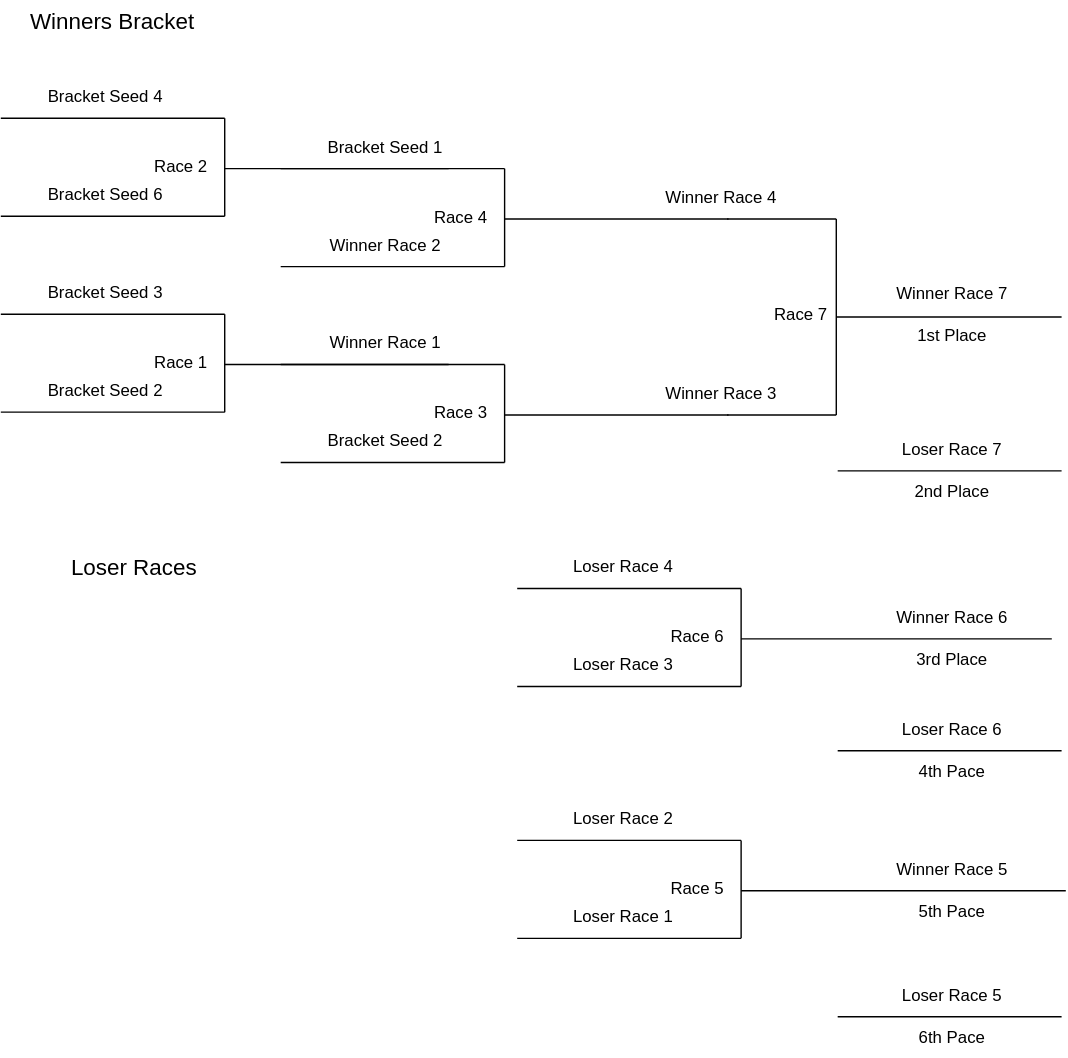
Earlier version of the draw.io export static/img/6-team-se-bracket.drawio.svg (bhall2001/flyballmanager-www). Source tidied: cells renumbered, new cells last; positions are measured from the earlier drawing's top-left corner, leaving out a move shared by most shapes.
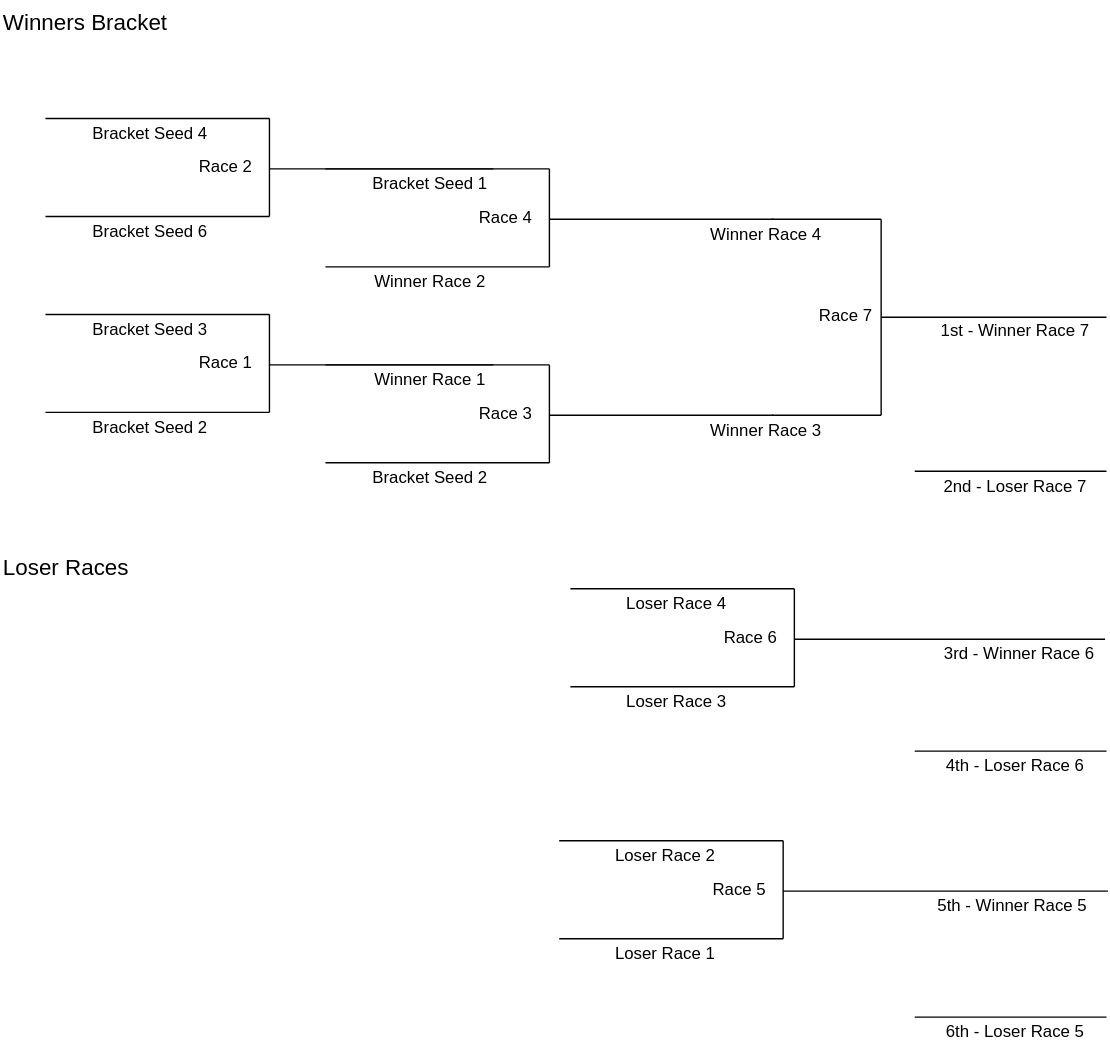
Above is the later version.

What changed in the source:
```diff
@@ -2,11 +2,11 @@
   <root>
     <mxCell id="0" />
     <mxCell id="1" parent="0" />
-    <mxCell id="2" value="&lt;font style=&quot;font-size: 16px;&quot;&gt;Winners Bracket&lt;/font&gt;" style="text;html=1;align=center;verticalAlign=middle;whiteSpace=wrap;rounded=0;" parent="1" vertex="1">
-      <mxGeometry x="20" width="120" height="30" as="geometry" />
+    <mxCell id="2" value="&lt;font style=&quot;font-size: 16px;&quot;&gt;Winners Bracket&lt;/font&gt;" style="text;html=1;align=left;verticalAlign=middle;whiteSpace=wrap;rounded=0;" parent="1" vertex="1">
+      <mxGeometry x="-10" width="120" height="30" as="geometry" />
     </mxCell>
     <mxCell id="3" style="group;" parent="1" vertex="1">
-      <mxGeometry x="200" y="120" width="320" height="70" as="geometry" />
+      <mxGeometry x="222" y="120" width="320" height="70" as="geometry" />
     </mxCell>
     <mxCell id="4" style="endArrow=none;html=1;rounded=0;" parent="3" edge="1">
       <mxGeometry relative="1" as="geometry">
@@ -36,7 +36,7 @@
       </mxGeometry>
     </mxCell>
     <mxCell id="9" style="group;" parent="1" vertex="1">
-      <mxGeometry x="200" y="260" width="320" height="70" as="geometry" />
+      <mxGeometry x="222" y="260" width="320" height="70" as="geometry" />
     </mxCell>
     <mxCell id="10" style="endArrow=none;html=1;rounded=0;" parent="9" edge="1">
       <mxGeometry relative="1" as="geometry">
@@ -66,7 +66,7 @@
       </mxGeometry>
     </mxCell>
     <mxCell id="15" style="group;" parent="1" vertex="1">
-      <mxGeometry x="369" y="600" width="320" height="70" as="geometry" />
+      <mxGeometry x="389" y="600" width="320" height="70" as="geometry" />
     </mxCell>
     <mxCell id="16" style="endArrow=none;html=1;rounded=0;" parent="15" edge="1">
       <mxGeometry relative="1" as="geometry">
@@ -95,74 +95,65 @@
         <mxPoint x="392" y="36" as="targetPoint" />
       </mxGeometry>
     </mxCell>
-    <mxCell id="21" value="&lt;font style=&quot;font-size: 16px;&quot;&gt;Loser Races&lt;/font&gt;" style="text;html=1;align=center;verticalAlign=middle;whiteSpace=wrap;rounded=0;" parent="1" vertex="1">
-      <mxGeometry x="20" y="390" width="151" height="30" as="geometry" />
+    <mxCell id="21" value="&lt;font style=&quot;font-size: 16px;&quot;&gt;Loser Races&lt;/font&gt;" style="text;html=1;align=left;verticalAlign=middle;whiteSpace=wrap;rounded=0;" parent="1" vertex="1">
+      <mxGeometry x="-10" y="390" width="151" height="30" as="geometry" />
     </mxCell>
     <mxCell id="22" value="Race 7" style="text;html=1;align=right;verticalAlign=middle;whiteSpace=wrap;rounded=0;" parent="1" vertex="1">
-      <mxGeometry x="503" y="210" width="90" height="30" as="geometry" />
+      <mxGeometry x="525" y="210" width="90" height="30" as="geometry" />
     </mxCell>
     <mxCell id="23" style="endArrow=none;html=1;rounded=0;" parent="1" edge="1">
       <mxGeometry relative="1" as="geometry">
-        <mxPoint x="597" y="296" as="sourcePoint" />
-        <mxPoint x="597" y="156" as="targetPoint" />
+        <mxPoint x="619" y="296" as="sourcePoint" />
+        <mxPoint x="619" y="156" as="targetPoint" />
       </mxGeometry>
     </mxCell>
     <mxCell id="24" style="endArrow=none;html=1;rounded=0;" parent="1" edge="1">
       <mxGeometry relative="1" as="geometry">
-        <mxPoint x="597" y="226" as="sourcePoint" />
-        <mxPoint x="758" y="226" as="targetPoint" />
+        <mxPoint x="619" y="226" as="sourcePoint" />
+        <mxPoint x="780" y="226" as="targetPoint" />
       </mxGeometry>
     </mxCell>
     <mxCell id="25" style="endArrow=none;html=1;rounded=0;" parent="1" edge="1">
       <mxGeometry relative="1" as="geometry">
-        <mxPoint x="598" y="336" as="sourcePoint" />
-        <mxPoint x="758" y="336" as="targetPoint" />
+        <mxPoint x="643" y="336" as="sourcePoint" />
+        <mxPoint x="780" y="336" as="targetPoint" />
       </mxGeometry>
     </mxCell>
-    <mxCell id="26" value="1st Place" style="text;html=1;align=center;verticalAlign=middle;whiteSpace=wrap;rounded=0;" parent="1" vertex="1">
-      <mxGeometry x="635" y="225" width="90" height="30" as="geometry" />
-    </mxCell>
-    <mxCell id="27" value="2nd Place" style="text;html=1;align=center;verticalAlign=middle;whiteSpace=wrap;rounded=0;" parent="1" vertex="1">
-      <mxGeometry x="635" y="336" width="90" height="30" as="geometry" />
-    </mxCell>
-    <mxCell id="28" value="4th Pace" style="text;html=1;align=center;verticalAlign=middle;whiteSpace=wrap;rounded=0;" parent="1" vertex="1">
-      <mxGeometry x="635" y="536" width="90" height="30" as="geometry" />
-    </mxCell>
-    <mxCell id="29" value="Winner Race 7" style="text;html=1;align=center;verticalAlign=middle;whiteSpace=wrap;rounded=0;" parent="1" vertex="1">
-      <mxGeometry x="635" y="195" width="90" height="30" as="geometry" />
+    <mxCell id="29" value="1st - Winner Race 7" style="text;html=1;align=center;verticalAlign=middle;whiteSpace=wrap;rounded=0;" parent="1" vertex="1">
+      <mxGeometry x="657" y="221" width="116" height="30" as="geometry" />
     </mxCell>
-    <mxCell id="30" value="Loser Race 7" style="text;html=1;align=center;verticalAlign=middle;whiteSpace=wrap;rounded=0;" parent="1" vertex="1">
-      <mxGeometry x="635" y="306" width="90" height="30" as="geometry" />
+    <mxCell id="30" value="2nd - Loser Race 7" style="text;html=1;align=center;verticalAlign=middle;whiteSpace=wrap;rounded=0;" parent="1" vertex="1">
+      <mxGeometry x="657" y="332" width="116" height="30" as="geometry" />
     </mxCell>
-    <mxCell id="31" value="Loser Race 6" style="text;html=1;align=center;verticalAlign=middle;whiteSpace=wrap;rounded=0;" parent="1" vertex="1">
-      <mxGeometry x="635" y="506" width="90" height="30" as="geometry" />
+    <mxCell id="31" value="4th - Loser Race 6" style="text;html=1;align=center;verticalAlign=middle;whiteSpace=wrap;rounded=0;" parent="1" vertex="1">
+      <mxGeometry x="657" y="532" width="116" height="30" as="geometry" />
     </mxCell>
     <mxCell id="32" value="Winner Race 4" style="text;html=1;align=center;verticalAlign=middle;whiteSpace=wrap;rounded=0;" parent="1" vertex="1">
-      <mxGeometry x="470" y="126" width="90" height="30" as="geometry" />
+      <mxGeometry x="492" y="152" width="90" height="30" as="geometry" />
     </mxCell>
     <mxCell id="33" value="Winner Race 3" style="text;html=1;align=center;verticalAlign=middle;whiteSpace=wrap;rounded=0;" parent="1" vertex="1">
-      <mxGeometry x="470" y="266" width="90" height="30" as="geometry" />
+      <mxGeometry x="492" y="292" width="90" height="30" as="geometry" />
     </mxCell>
     <mxCell id="34" value="Loser Race 2" style="text;html=1;align=center;verticalAlign=middle;whiteSpace=wrap;rounded=0;" parent="1" vertex="1">
-      <mxGeometry x="400" y="570" width="90" height="30" as="geometry" />
+      <mxGeometry x="420" y="596" width="90" height="30" as="geometry" />
     </mxCell>
     <mxCell id="35" value="Loser Race 1" style="text;html=1;align=center;verticalAlign=middle;whiteSpace=wrap;rounded=0;" parent="1" vertex="1">
-      <mxGeometry x="400" y="640" width="90" height="30" as="geometry" />
+      <mxGeometry x="420" y="666" width="90" height="30" as="geometry" />
     </mxCell>
     <mxCell id="36" value="Bracket Seed 1" style="text;html=1;align=center;verticalAlign=middle;whiteSpace=wrap;rounded=0;" parent="1" vertex="1">
-      <mxGeometry x="230" y="90" width="90" height="30" as="geometry" />
+      <mxGeometry x="252" y="116" width="90" height="30" as="geometry" />
     </mxCell>
     <mxCell id="37" value="Winner Race 2" style="text;html=1;align=center;verticalAlign=middle;whiteSpace=wrap;rounded=0;" parent="1" vertex="1">
-      <mxGeometry x="230" y="160" width="90" height="30" as="geometry" />
+      <mxGeometry x="252" y="186" width="90" height="30" as="geometry" />
     </mxCell>
     <mxCell id="38" value="Winner Race 1" style="text;html=1;align=center;verticalAlign=middle;whiteSpace=wrap;rounded=0;" parent="1" vertex="1">
-      <mxGeometry x="230" y="230" width="90" height="30" as="geometry" />
+      <mxGeometry x="252" y="256" width="90" height="30" as="geometry" />
     </mxCell>
     <mxCell id="39" value="Bracket Seed 2" style="text;html=1;align=center;verticalAlign=middle;whiteSpace=wrap;rounded=0;" parent="1" vertex="1">
-      <mxGeometry x="230" y="300" width="90" height="30" as="geometry" />
+      <mxGeometry x="252" y="326" width="90" height="30" as="geometry" />
     </mxCell>
     <mxCell id="40" style="group;" parent="1" vertex="1">
-      <mxGeometry y="224" width="320" height="70" as="geometry" />
+      <mxGeometry x="22" y="224" width="320" height="70" as="geometry" />
     </mxCell>
     <mxCell id="41" style="endArrow=none;html=1;rounded=0;" parent="40" edge="1">
       <mxGeometry relative="1" as="geometry">
@@ -191,35 +182,35 @@
         <mxPoint x="320" y="36" as="targetPoint" />
       </mxGeometry>
     </mxCell>
-    <mxCell id="46" value="Winner Race 5" style="text;html=1;align=center;verticalAlign=middle;whiteSpace=wrap;rounded=0;" parent="1" vertex="1">
-      <mxGeometry x="635" y="606" width="90" height="30" as="geometry" />
+    <mxCell id="46" value="5th - Winner Race 5" style="text;html=1;align=center;verticalAlign=middle;whiteSpace=wrap;rounded=0;" parent="1" vertex="1">
+      <mxGeometry x="655" y="632" width="116" height="30" as="geometry" />
     </mxCell>
     <mxCell id="47" value="Bracket Seed 3" style="text;html=1;align=center;verticalAlign=middle;whiteSpace=wrap;rounded=0;" parent="1" vertex="1">
-      <mxGeometry x="30" y="194" width="90" height="30" as="geometry" />
+      <mxGeometry x="52" y="220" width="90" height="30" as="geometry" />
     </mxCell>
     <mxCell id="48" value="Bracket Seed 2" style="text;html=1;align=center;verticalAlign=middle;whiteSpace=wrap;rounded=0;" parent="1" vertex="1">
-      <mxGeometry x="30" y="264" width="90" height="30" as="geometry" />
+      <mxGeometry x="52" y="290" width="90" height="30" as="geometry" />
     </mxCell>
     <mxCell id="49" style="endArrow=none;html=1;rounded=0;" parent="1" edge="1">
       <mxGeometry relative="1" as="geometry">
-        <mxPoint x="519" y="156" as="sourcePoint" />
-        <mxPoint x="597" y="156" as="targetPoint" />
+        <mxPoint x="541" y="156" as="sourcePoint" />
+        <mxPoint x="619" y="156" as="targetPoint" />
       </mxGeometry>
     </mxCell>
     <mxCell id="50" style="endArrow=none;html=1;rounded=0;" parent="1" edge="1">
       <mxGeometry relative="1" as="geometry">
-        <mxPoint x="519" y="296" as="sourcePoint" />
-        <mxPoint x="597" y="296" as="targetPoint" />
+        <mxPoint x="541" y="296" as="sourcePoint" />
+        <mxPoint x="619" y="296" as="targetPoint" />
       </mxGeometry>
     </mxCell>
     <mxCell id="51" style="endArrow=none;html=1;rounded=0;" parent="1" edge="1">
       <mxGeometry relative="1" as="geometry">
-        <mxPoint x="598" y="536" as="sourcePoint" />
-        <mxPoint x="758" y="536" as="targetPoint" />
+        <mxPoint x="643" y="536" as="sourcePoint" />
+        <mxPoint x="780" y="536" as="targetPoint" />
       </mxGeometry>
     </mxCell>
     <mxCell id="52" style="group;" parent="1" vertex="1">
-      <mxGeometry y="84" width="320" height="70" as="geometry" />
+      <mxGeometry x="22" y="84" width="320" height="70" as="geometry" />
     </mxCell>
     <mxCell id="53" style="endArrow=none;html=1;rounded=0;" parent="52" edge="1">
       <mxGeometry relative="1" as="geometry">
@@ -249,7 +240,7 @@
       </mxGeometry>
     </mxCell>
     <mxCell id="58" style="group;" parent="1" vertex="1">
-      <mxGeometry x="369" y="420" width="320" height="70" as="geometry" />
+      <mxGeometry x="397" y="420" width="320" height="70" as="geometry" />
     </mxCell>
     <mxCell id="59" style="endArrow=none;html=1;rounded=0;" parent="58" edge="1">
       <mxGeometry relative="1" as="geometry">
@@ -279,36 +270,27 @@
       </mxGeometry>
     </mxCell>
     <mxCell id="64" value="Loser Race 4" style="text;html=1;align=center;verticalAlign=middle;whiteSpace=wrap;rounded=0;" parent="1" vertex="1">
-      <mxGeometry x="400" y="390" width="90" height="30" as="geometry" />
+      <mxGeometry x="428" y="416" width="90" height="30" as="geometry" />
     </mxCell>
     <mxCell id="65" value="Loser Race 3" style="text;html=1;align=center;verticalAlign=middle;whiteSpace=wrap;rounded=0;" parent="1" vertex="1">
-      <mxGeometry x="400" y="460" width="90" height="30" as="geometry" />
+      <mxGeometry x="428" y="486" width="90" height="30" as="geometry" />
     </mxCell>
-    <mxCell id="66" value="Winner Race 6" style="text;html=1;align=center;verticalAlign=middle;whiteSpace=wrap;rounded=0;" parent="1" vertex="1">
-      <mxGeometry x="635" y="426" width="90" height="30" as="geometry" />
+    <mxCell id="66" value="3rd - Winner Race 6" style="text;html=1;align=center;verticalAlign=middle;whiteSpace=wrap;rounded=0;" parent="1" vertex="1">
+      <mxGeometry x="660" y="452" width="116" height="30" as="geometry" />
     </mxCell>
     <mxCell id="67" value="Bracket Seed 4" style="text;html=1;align=center;verticalAlign=middle;whiteSpace=wrap;rounded=0;" parent="1" vertex="1">
-      <mxGeometry x="30" y="54" width="90" height="30" as="geometry" />
+      <mxGeometry x="52" y="80" width="90" height="30" as="geometry" />
     </mxCell>
     <mxCell id="68" value="Bracket Seed 6" style="text;html=1;align=center;verticalAlign=middle;whiteSpace=wrap;rounded=0;" parent="1" vertex="1">
-      <mxGeometry x="30" y="124" width="90" height="30" as="geometry" />
+      <mxGeometry x="52" y="150" width="90" height="30" as="geometry" />
     </mxCell>
-    <mxCell id="69" value="3rd Place" style="text;html=1;align=center;verticalAlign=middle;whiteSpace=wrap;rounded=0;" parent="1" vertex="1">
-      <mxGeometry x="635" y="456" width="90" height="30" as="geometry" />
-    </mxCell>
-    <mxCell id="70" value="5th Pace" style="text;html=1;align=center;verticalAlign=middle;whiteSpace=wrap;rounded=0;" parent="1" vertex="1">
-      <mxGeometry x="635" y="636" width="90" height="30" as="geometry" />
-    </mxCell>
-    <mxCell id="71" value="6th Pace" style="text;html=1;align=center;verticalAlign=middle;whiteSpace=wrap;rounded=0;" parent="1" vertex="1">
-      <mxGeometry x="635" y="726" width="90" height="30" as="geometry" />
-    </mxCell>
-    <mxCell id="72" value="Loser Race 5" style="text;html=1;align=center;verticalAlign=middle;whiteSpace=wrap;rounded=0;" parent="1" vertex="1">
-      <mxGeometry x="635" y="696" width="90" height="30" as="geometry" />
+    <mxCell id="72" value="6th - Loser Race 5" style="text;html=1;align=center;verticalAlign=middle;whiteSpace=wrap;rounded=0;" parent="1" vertex="1">
+      <mxGeometry x="662" y="722" width="106" height="30" as="geometry" />
     </mxCell>
     <mxCell id="73" style="endArrow=none;html=1;rounded=0;" parent="1" edge="1">
       <mxGeometry relative="1" as="geometry">
-        <mxPoint x="598" y="726" as="sourcePoint" />
-        <mxPoint x="758" y="726" as="targetPoint" />
+        <mxPoint x="643" y="726" as="sourcePoint" />
+        <mxPoint x="780" y="726" as="targetPoint" />
       </mxGeometry>
     </mxCell>
   </root>
```
